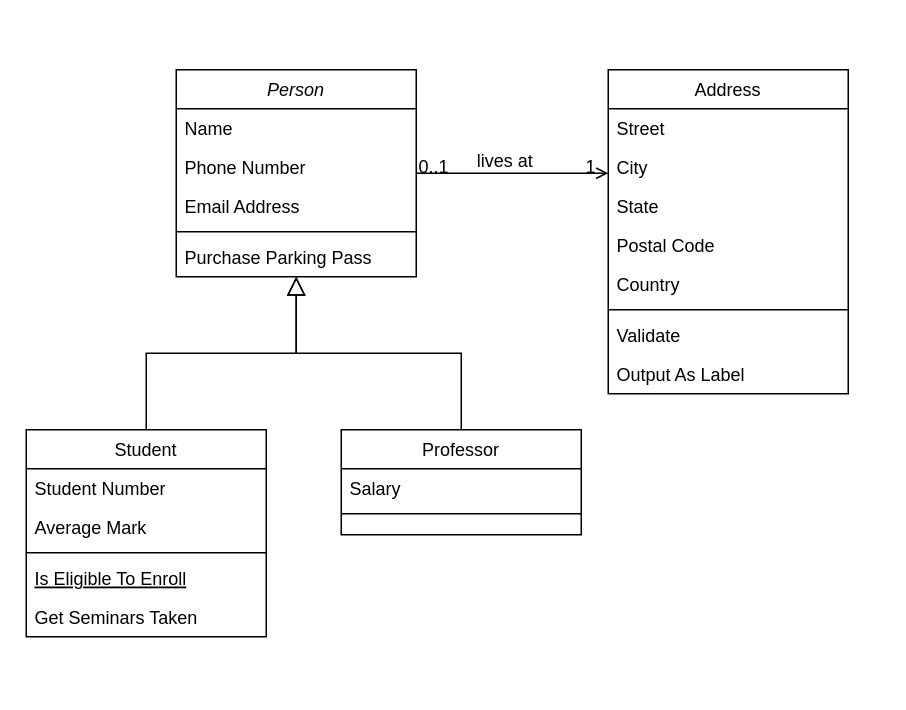
Before: 类图.drawio in ZhuSir-acm/ElectiveManage, a draw.io diagram. Source tidied: cells renumbered, new cells numbered last; positions are measured from the earlier drawing's top-left corner, leaving out a move shared by most shapes. Both pictures are drawn from the tidied source at 150%, with x=0, y=0 at pixel (26, 69).
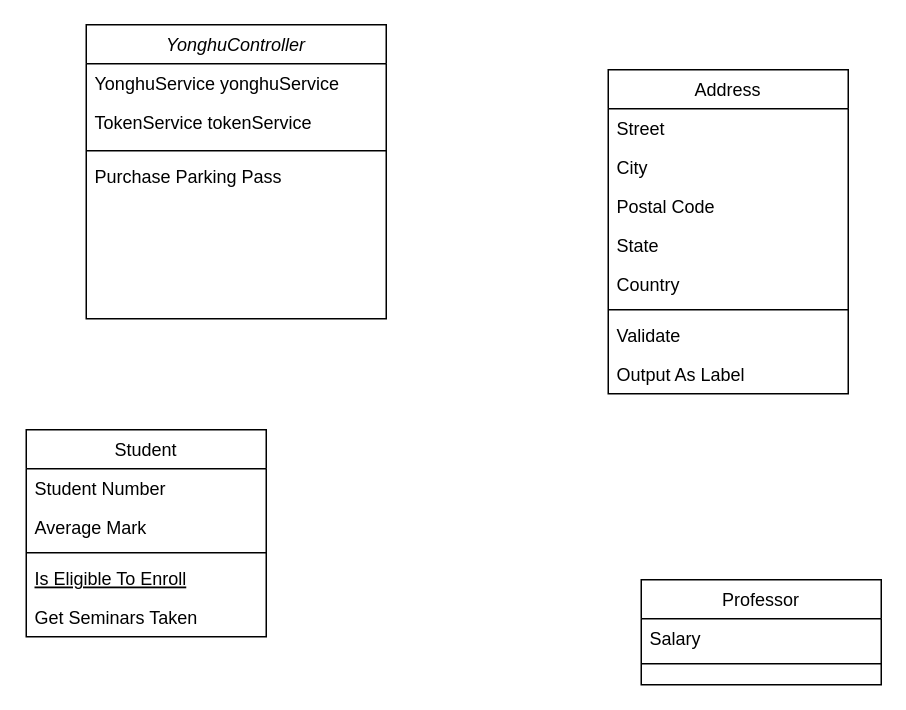
The same page after the edit.

The change refers to these unchanged cells:
```xml
<mxCell id="8" value="Student" style="swimlane;fontStyle=0;align=center;verticalAlign=top;horizontal=1;startSize=26;rounded=0;shadow=0;strokeWidth=1;" parent="1" vertex="1">
  <mxGeometry y="240" width="160" height="138" as="geometry" />
</mxCell>
<mxCell id="19" value="Address" style="swimlane;fontStyle=0;align=center;verticalAlign=top;horizontal=1;startSize=26;rounded=0;shadow=0;strokeWidth=1;" parent="1" vertex="1">
  <mxGeometry x="388" width="160" height="216" as="geometry" />
</mxCell>
```

Change to the diagram source:
```diff
@@
-    <mxCell id="2" value="Person" style="swimlane;fontStyle=2;align=center;verticalAlign=top;horizontal=1;startSize=26;rounded=0;shadow=0;strokeWidth=1;" parent="1" vertex="1">
-      <mxGeometry x="100" width="160" height="138" as="geometry" />
+    <mxCell id="2" value="YonghuController" style="swimlane;fontStyle=2;align=center;verticalAlign=top;horizontal=1;startSize=26;rounded=0;shadow=0;strokeWidth=1;" parent="1" vertex="1">
+      <mxGeometry x="40" y="-30" width="200" height="196" as="geometry" />
     </mxCell>
-    <mxCell id="3" value="Name" style="text;align=left;verticalAlign=top;spacingLeft=4;spacingRight=4;overflow=hidden;" parent="2" vertex="1">
-      <mxGeometry y="26" width="160" height="26" as="geometry" />
+    <mxCell id="3" value="YonghuService yonghuService" style="text;align=left;verticalAlign=top;spacingLeft=4;spacingRight=4;overflow=hidden;" parent="2" vertex="1">
+      <mxGeometry y="26" width="200" height="26" as="geometry" />
     </mxCell>
-    <mxCell id="4" value="Phone Number" style="text;align=left;verticalAlign=top;spacingLeft=4;spacingRight=4;overflow=hidden;rounded=0;shadow=0;html=0;" parent="2" vertex="1">
-      <mxGeometry y="52" width="160" height="26" as="geometry" />
+    <mxCell id="4" value="TokenService tokenService" style="text;align=left;verticalAlign=top;spacingLeft=4;spacingRight=4;overflow=hidden;rounded=0;shadow=0;html=0;" parent="2" vertex="1">
+      <mxGeometry y="52" width="200" height="28" as="geometry" />
     </mxCell>
-    <mxCell id="5" value="Email Address" style="text;align=left;verticalAlign=top;spacingLeft=4;spacingRight=4;overflow=hidden;rounded=0;shadow=0;html=0;" parent="2" vertex="1">
-      <mxGeometry y="78" width="160" height="26" as="geometry" />
-    </mxCell>
     <mxCell id="6" style="line;html=1;strokeWidth=1;align=left;verticalAlign=middle;spacingTop=-1;spacingLeft=3;spacingRight=3;labelPosition=right;" parent="2" vertex="1">
-      <mxGeometry y="104" width="160" height="8" as="geometry" />
+      <mxGeometry y="80" width="200" height="8" as="geometry" />
     </mxCell>
     <mxCell id="7" value="Purchase Parking Pass" style="text;align=left;verticalAlign=top;spacingLeft=4;spacingRight=4;overflow=hidden;" parent="2" vertex="1">
-      <mxGeometry y="112" width="160" height="26" as="geometry" />
+      <mxGeometry y="88" width="200" height="26" as="geometry" />
     </mxCell>
@@
-    <mxCell id="14" style="endArrow=block;endSize=10;endFill=0;shadow=0;strokeWidth=1;rounded=0;curved=0;edgeStyle=elbowEdgeStyle;elbow=vertical;" parent="1" edge="1" source="8" target="2">
-      <mxGeometry relative="1" as="geometry" />
-    </mxCell>
     <mxCell id="15" value="Professor" style="swimlane;fontStyle=0;align=center;verticalAlign=top;horizontal=1;startSize=26;rounded=0;shadow=0;strokeWidth=1;" parent="1" vertex="1">
-      <mxGeometry x="210" y="240" width="160" height="70" as="geometry" />
+      <mxGeometry x="410" y="340" width="160" height="70" as="geometry" />
     </mxCell>
@@
-    <mxCell id="18" style="endArrow=block;endSize=10;endFill=0;shadow=0;strokeWidth=1;rounded=0;curved=0;edgeStyle=elbowEdgeStyle;elbow=vertical;" parent="1" edge="1" source="15" target="2">
-      <mxGeometry relative="1" as="geometry" />
-    </mxCell>
@@
+    <mxCell id="23" value="Postal Code" style="text;align=left;verticalAlign=top;spacingLeft=4;spacingRight=4;overflow=hidden;rounded=0;shadow=0;html=0;" parent="19" vertex="1">
+      <mxGeometry y="78" width="160" height="26" as="geometry" />
+    </mxCell>
     <mxCell id="22" value="State" style="text;align=left;verticalAlign=top;spacingLeft=4;spacingRight=4;overflow=hidden;rounded=0;shadow=0;html=0;" parent="19" vertex="1">
-      <mxGeometry y="78" width="160" height="26" as="geometry" />
+      <mxGeometry y="104" width="160" height="26" as="geometry" />
     </mxCell>
-    <mxCell id="23" value="Postal Code" style="text;align=left;verticalAlign=top;spacingLeft=4;spacingRight=4;overflow=hidden;rounded=0;shadow=0;html=0;" parent="19" vertex="1">
-      <mxGeometry y="104" width="160" height="26" as="geometry" />
-    </mxCell>
@@
-    <mxCell id="28" style="endArrow=open;shadow=0;strokeWidth=1;rounded=0;curved=0;endFill=1;edgeStyle=elbowEdgeStyle;elbow=vertical;" parent="1" edge="1" source="2" target="19">
-      <mxGeometry x="0.5" y="41" relative="1" as="geometry">
-        <mxPoint x="-40" y="32" as="offset" />
-      </mxGeometry>
-    </mxCell>
-    <mxCell id="29" value="0..1" style="align=left;verticalAlign=bottom;labelBackgroundColor=none;fontSize=12;" parent="28" vertex="1">
-      <mxGeometry x="-1" relative="1" as="geometry">
-        <mxPoint y="4" as="offset" />
-      </mxGeometry>
-    </mxCell>
-    <mxCell id="30" value="1" style="align=right;verticalAlign=bottom;labelBackgroundColor=none;fontSize=12;" parent="28" vertex="1">
-      <mxGeometry x="1" relative="1" as="geometry">
-        <mxPoint x="-7" y="4" as="offset" />
-      </mxGeometry>
-    </mxCell>
-    <mxCell id="31" value="lives at" style="text;html=1;align=center;verticalAlign=middle;labelBackgroundColor=none;rounded=0;shadow=0;strokeWidth=1;fontSize=12;" parent="28" vertex="1">
-      <mxGeometry x="0.5" y="49" relative="1" as="geometry">
-        <mxPoint x="-38" y="40" as="offset" />
-      </mxGeometry>
-    </mxCell>
```
